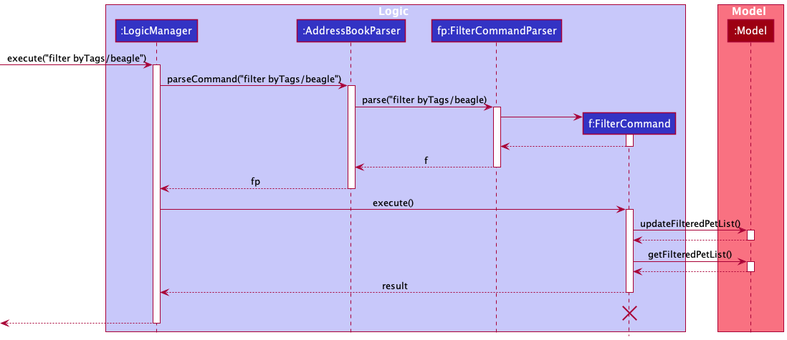
nus-cs2103-AY2122S2/tp keeps this PlantUML diagram as docs/images/FilterSequenceDiagram.png. Above is the earlier version. Its source is kept beside it as docs/diagrams/FilterSequenceDiagram.puml.
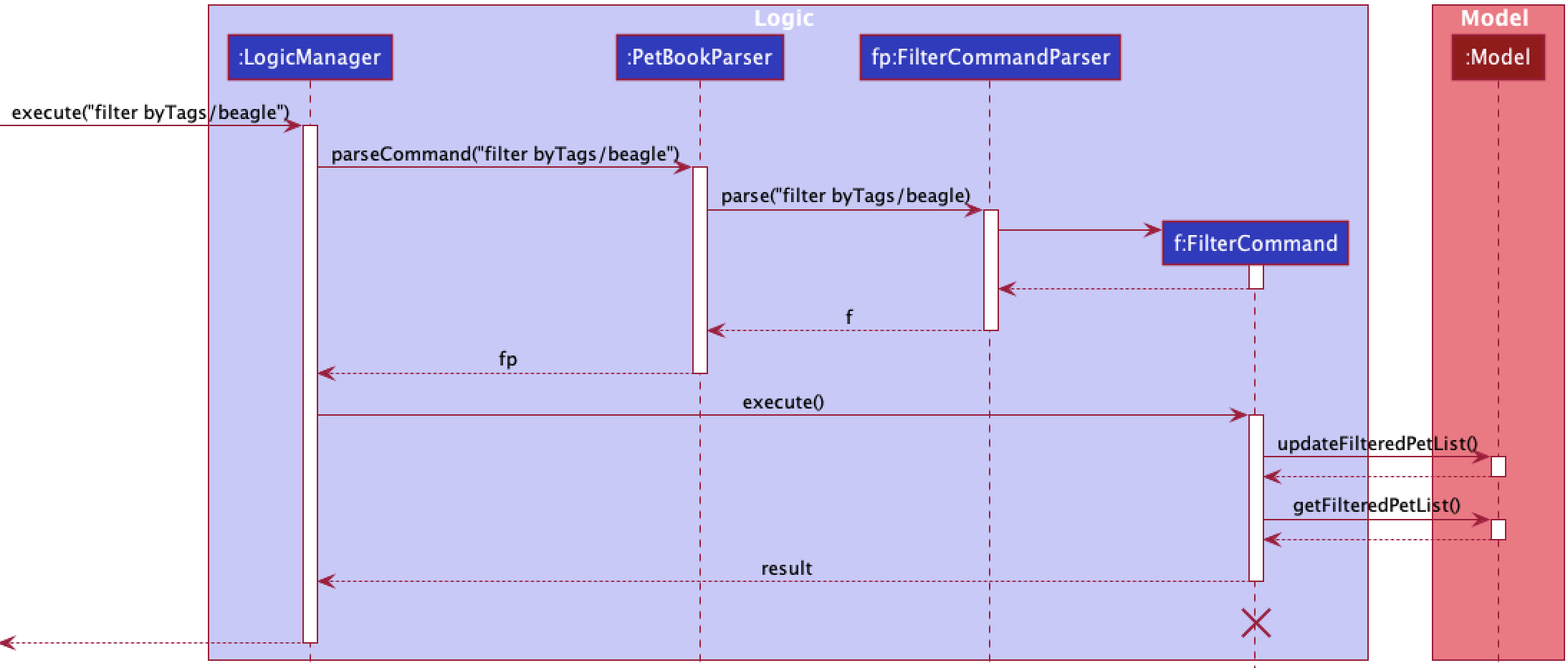
After the change.

The edit, as a diff of the source:
```diff
@@ -3,7 +3,7 @@
 
 box Logic LOGIC_COLOR_T1
 participant ":LogicManager" as LogicManager LOGIC_COLOR
-participant ":AddressBookParser" as AddressBookParser LOGIC_COLOR
+participant ":PetBookParser" as PetBookParser LOGIC_COLOR
 participant "fp:FilterCommandParser" as FilterCommandParser LOGIC_COLOR
 participant "f:FilterCommand" as FilterCommand LOGIC_COLOR
 end box
@@ -15,10 +15,10 @@
 [-> LogicManager : execute("filter byTags/beagle")
 activate LogicManager
 
-LogicManager -> AddressBookParser : parseCommand("filter byTags/beagle")
-activate AddressBookParser
+LogicManager -> PetBookParser : parseCommand("filter byTags/beagle")
+activate PetBookParser
 
-AddressBookParser -> FilterCommandParser: parse("filter byTags/beagle)
+PetBookParser -> FilterCommandParser: parse("filter byTags/beagle)
 activate FilterCommandParser
 
 create FilterCommand
@@ -28,11 +28,11 @@
 FilterCommand --> FilterCommandParser
 deactivate FilterCommand
 
-FilterCommandParser --> AddressBookParser: f
+FilterCommandParser --> PetBookParser: f
 deactivate FilterCommandParser
 
-AddressBookParser --> LogicManager: fp
-deactivate AddressBookParser
+PetBookParser --> LogicManager: fp
+deactivate PetBookParser
 
 LogicManager -> FilterCommand: execute()
 activate FilterCommand
```
